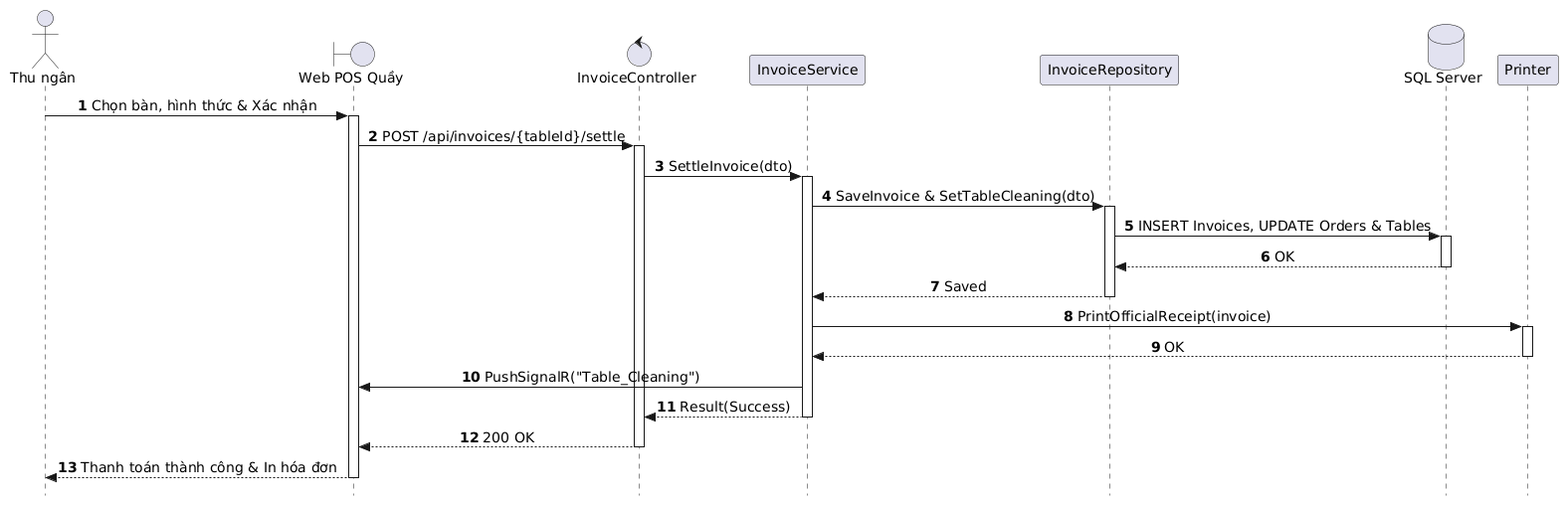
Before: out/docs/puml/sequences/SD_UC_E3_3_Settle_Invoice/SD_UC_E3_3_Settle_Invoice.png, a diagram exported from PlantUML (AndrewQng/VinDining). Its diagram source:
```plantuml
@startuml
autonumber
skinparam style strictuml
skinparam sequenceMessageAlign center
skinparam responseMessageBelowArrow true
skinparam defaultFontName "Segoe UI", Arial, sans-serif
skinparam defaultFontSize 14

actor "Thu ngân" as Cashier
boundary "Web POS Quầy" as WebPOS
control "InvoiceController" as Controller
participant "InvoiceService" as Service
participant "InvoiceRepository" as Repo
database "SQL Server" as DB
participant "Printer" as Printer

Cashier -> WebPOS: Chọn bàn, hình thức & Xác nhận
activate WebPOS

WebPOS -> Controller: POST /api/invoices/{tableId}/settle
activate Controller

Controller -> Service: SettleInvoice(dto)
activate Service

Service -> Repo: SaveInvoice & SetTableCleaning(dto)
activate Repo
Repo -> DB: INSERT Invoices, UPDATE Orders & Tables
activate DB
DB --> Repo: OK
deactivate DB
Repo --> Service: Saved
deactivate Repo

Service -> Printer: PrintOfficialReceipt(invoice)
activate Printer
Printer --> Service: OK
deactivate Printer

Service -> WebPOS: PushSignalR("Table_Cleaning")

Service --> Controller: Result(Success)
deactivate Service

Controller --> WebPOS: 200 OK
deactivate Controller

WebPOS --> Cashier: Thanh toán thành công & In hóa đơn
deactivate WebPOS
@enduml
```
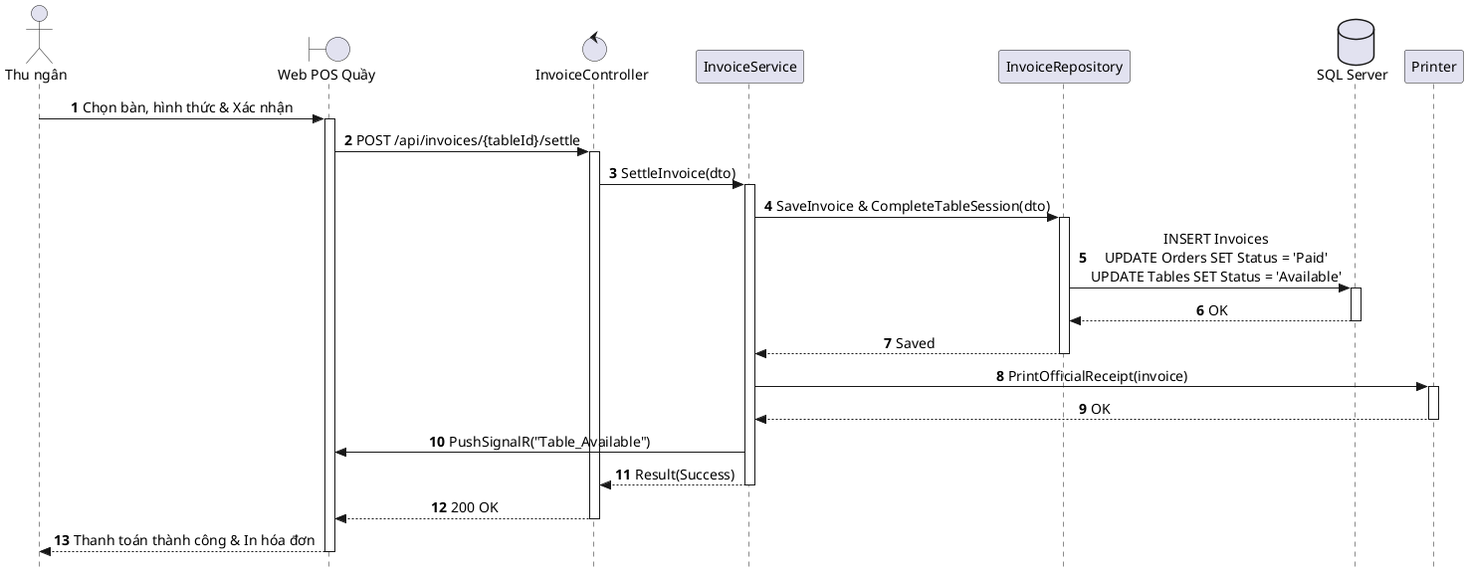
After the commit.

Change to the diagram source:
```diff
@@ -1,4 +1,4 @@
-@startuml
+@startuml SD_UC_E3_3_Settle_Invoice
 autonumber
 skinparam style strictuml
 skinparam sequenceMessageAlign center
@@ -23,9 +23,9 @@
 Controller -> Service: SettleInvoice(dto)
 activate Service
 
-Service -> Repo: SaveInvoice & SetTableCleaning(dto)
+Service -> Repo: SaveInvoice & CompleteTableSession(dto)
 activate Repo
-Repo -> DB: INSERT Invoices, UPDATE Orders & Tables
+Repo -> DB: INSERT Invoices\nUPDATE Orders SET Status = 'Paid'\nUPDATE Tables SET Status = 'Available'
 activate DB
 DB --> Repo: OK
 deactivate DB
@@ -37,7 +37,7 @@
 Printer --> Service: OK
 deactivate Printer
 
-Service -> WebPOS: PushSignalR("Table_Cleaning")
+Service -> WebPOS: PushSignalR("Table_Available")
 
 Service --> Controller: Result(Success)
 deactivate Service
@@ -47,4 +47,5 @@
 
 WebPOS --> Cashier: Thanh toán thành công & In hóa đơn
 deactivate WebPOS
+
 @enduml
```
